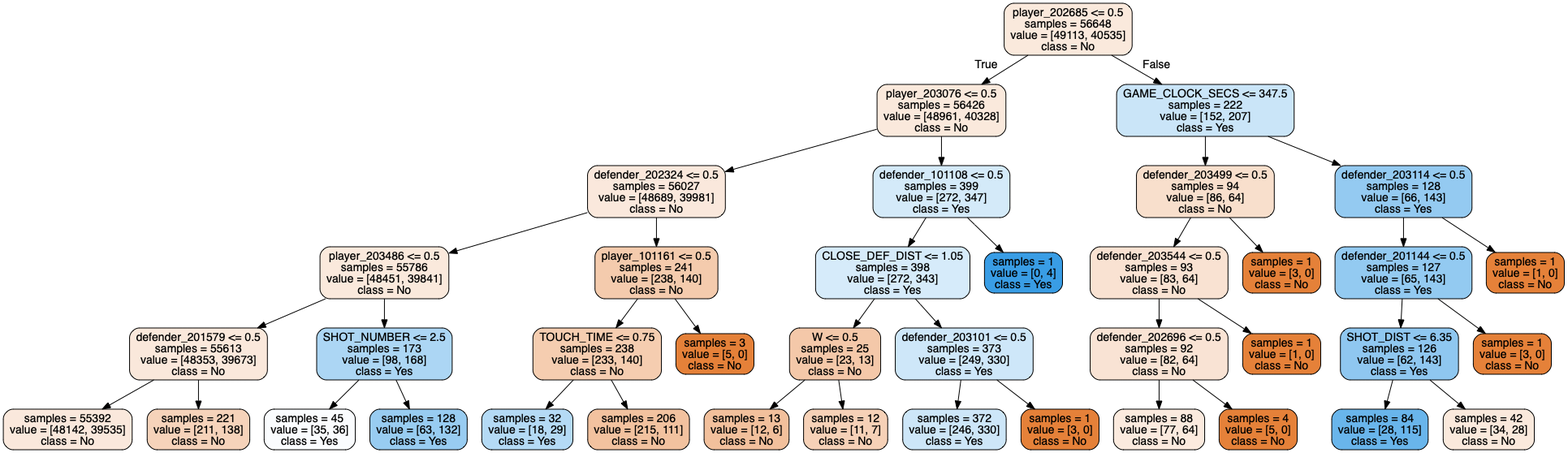
This is forest_tree_new1.png from tianyi5309/303project, a Graphviz export, as it was before one commit. Its source is kept beside it as forest_tree_new1.dot.
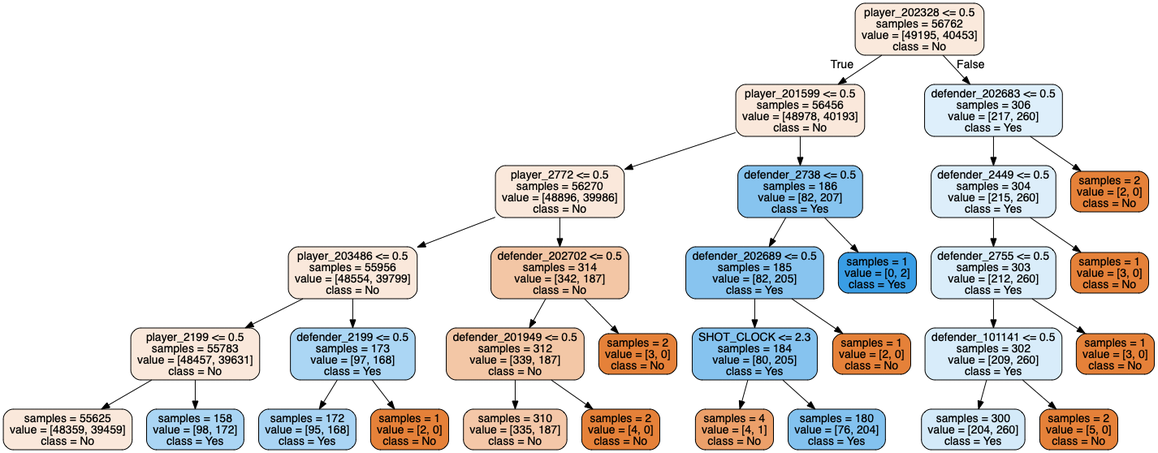
Later version of the same file.

Change to the diagram source:
```diff
@@ -1,81 +1,65 @@
 digraph Tree {
 node [shape=box, style="filled, rounded", color="black", fontname=helvetica] ;
 edge [fontname=helvetica] ;
-0 [label="player_202685 <= 0.5\nsamples = 56648\nvalue = [49113, 40535]\nclass = No", fillcolor="#fae9dc"] ;
-1 [label="player_203076 <= 0.5\nsamples = 56426\nvalue = [48961, 40328]\nclass = No", fillcolor="#fae9dc"] ;
+0 [label="player_202328 <= 0.5\nsamples = 56762\nvalue = [49195, 40453]\nclass = No", fillcolor="#fae9dc"] ;
+1 [label="player_201599 <= 0.5\nsamples = 56456\nvalue = [48978, 40193]\nclass = No", fillcolor="#fae8db"] ;
 0 -> 1 [labeldistance=2.5, labelangle=45, headlabel="True"] ;
-2 [label="defender_202324 <= 0.5\nsamples = 56027\nvalue = [48689, 39981]\nclass = No", fillcolor="#fae8dc"] ;
+2 [label="player_2772 <= 0.5\nsamples = 56270\nvalue = [48896, 39986]\nclass = No", fillcolor="#fae8db"] ;
 1 -> 2 ;
-3 [label="player_203486 <= 0.5\nsamples = 55786\nvalue = [48451, 39841]\nclass = No", fillcolor="#fae9dc"] ;
+3 [label="player_203486 <= 0.5\nsamples = 55956\nvalue = [48554, 39799]\nclass = No", fillcolor="#fae8db"] ;
 2 -> 3 ;
-4 [label="defender_201579 <= 0.5\nsamples = 55613\nvalue = [48353, 39673]\nclass = No", fillcolor="#fae8db"] ;
+4 [label="player_2199 <= 0.5\nsamples = 55783\nvalue = [48457, 39631]\nclass = No", fillcolor="#fae8db"] ;
 3 -> 4 ;
-5 [label="samples = 55392\nvalue = [48142, 39535]\nclass = No", fillcolor="#fae8dc"] ;
+5 [label="samples = 55625\nvalue = [48359, 39459]\nclass = No", fillcolor="#fae8db"] ;
 4 -> 5 ;
-6 [label="samples = 221\nvalue = [211, 138]\nclass = No", fillcolor="#f6d3ba"] ;
+6 [label="samples = 158\nvalue = [98, 172]\nclass = Yes", fillcolor="#aad5f4"] ;
 4 -> 6 ;
-7 [label="SHOT_NUMBER <= 2.5\nsamples = 173\nvalue = [98, 168]\nclass = Yes", fillcolor="#acd6f4"] ;
+7 [label="defender_2199 <= 0.5\nsamples = 173\nvalue = [97, 168]\nclass = Yes", fillcolor="#abd6f4"] ;
 3 -> 7 ;
-8 [label="samples = 45\nvalue = [35, 36]\nclass = Yes", fillcolor="#fafcfe"] ;
+8 [label="samples = 172\nvalue = [95, 168]\nclass = Yes", fillcolor="#a9d4f4"] ;
 7 -> 8 ;
-9 [label="samples = 128\nvalue = [63, 132]\nclass = Yes", fillcolor="#98ccf1"] ;
+9 [label="samples = 1\nvalue = [2, 0]\nclass = No", fillcolor="#e58139"] ;
 7 -> 9 ;
-10 [label="player_101161 <= 0.5\nsamples = 241\nvalue = [238, 140]\nclass = No", fillcolor="#f4cbad"] ;
+10 [label="defender_202702 <= 0.5\nsamples = 314\nvalue = [342, 187]\nclass = No", fillcolor="#f3c6a5"] ;
 2 -> 10 ;
-11 [label="TOUCH_TIME <= 0.75\nsamples = 238\nvalue = [233, 140]\nclass = No", fillcolor="#f5cdb0"] ;
+11 [label="defender_201949 <= 0.5\nsamples = 312\nvalue = [339, 187]\nclass = No", fillcolor="#f3c7a6"] ;
 10 -> 11 ;
-12 [label="samples = 32\nvalue = [18, 29]\nclass = Yes", fillcolor="#b4daf5"] ;
+12 [label="samples = 310\nvalue = [335, 187]\nclass = No", fillcolor="#f4c7a8"] ;
 11 -> 12 ;
-13 [label="samples = 206\nvalue = [215, 111]\nclass = No", fillcolor="#f2c29f"] ;
+13 [label="samples = 2\nvalue = [4, 0]\nclass = No", fillcolor="#e58139"] ;
 11 -> 13 ;
-14 [label="samples = 3\nvalue = [5, 0]\nclass = No", fillcolor="#e58139"] ;
+14 [label="samples = 2\nvalue = [3, 0]\nclass = No", fillcolor="#e58139"] ;
 10 -> 14 ;
-15 [label="defender_101108 <= 0.5\nsamples = 399\nvalue = [272, 347]\nclass = Yes", fillcolor="#d4eaf9"] ;
+15 [label="defender_2738 <= 0.5\nsamples = 186\nvalue = [82, 207]\nclass = Yes", fillcolor="#87c4ef"] ;
 1 -> 15 ;
-16 [label="CLOSE_DEF_DIST <= 1.05\nsamples = 398\nvalue = [272, 343]\nclass = Yes", fillcolor="#d6ebfa"] ;
+16 [label="defender_202689 <= 0.5\nsamples = 185\nvalue = [82, 205]\nclass = Yes", fillcolor="#88c4ef"] ;
 15 -> 16 ;
-17 [label="W <= 0.5\nsamples = 25\nvalue = [23, 13]\nclass = No", fillcolor="#f4c8a9"] ;
+17 [label="SHOT_CLOCK <= 2.3\nsamples = 184\nvalue = [80, 205]\nclass = Yes", fillcolor="#86c3ef"] ;
 16 -> 17 ;
-18 [label="samples = 13\nvalue = [12, 6]\nclass = No", fillcolor="#f2c09c"] ;
+18 [label="samples = 4\nvalue = [4, 1]\nclass = No", fillcolor="#eca06a"] ;
 17 -> 18 ;
-19 [label="samples = 12\nvalue = [11, 7]\nclass = No", fillcolor="#f6d1b7"] ;
+19 [label="samples = 180\nvalue = [76, 204]\nclass = Yes", fillcolor="#83c2ef"] ;
 17 -> 19 ;
-20 [label="defender_203101 <= 0.5\nsamples = 373\nvalue = [249, 330]\nclass = Yes", fillcolor="#cee7f9"] ;
+20 [label="samples = 1\nvalue = [2, 0]\nclass = No", fillcolor="#e58139"] ;
 16 -> 20 ;
-21 [label="samples = 372\nvalue = [246, 330]\nclass = Yes", fillcolor="#cde6f8"] ;
-20 -> 21 ;
-22 [label="samples = 1\nvalue = [3, 0]\nclass = No", fillcolor="#e58139"] ;
-20 -> 22 ;
-23 [label="samples = 1\nvalue = [0, 4]\nclass = Yes", fillcolor="#399de5"] ;
-15 -> 23 ;
-24 [label="GAME_CLOCK_SECS <= 347.5\nsamples = 222\nvalue = [152, 207]\nclass = Yes", fillcolor="#cae5f8"] ;
-0 -> 24 [labeldistance=2.5, labelangle=-45, headlabel="False"] ;
-25 [label="defender_203499 <= 0.5\nsamples = 94\nvalue = [86, 64]\nclass = No", fillcolor="#f8dfcc"] ;
+21 [label="samples = 1\nvalue = [0, 2]\nclass = Yes", fillcolor="#399de5"] ;
+15 -> 21 ;
+22 [label="defender_202683 <= 0.5\nsamples = 306\nvalue = [217, 260]\nclass = Yes", fillcolor="#deeffb"] ;
+0 -> 22 [labeldistance=2.5, labelangle=-45, headlabel="False"] ;
+23 [label="defender_2449 <= 0.5\nsamples = 304\nvalue = [215, 260]\nclass = Yes", fillcolor="#ddeefa"] ;
+22 -> 23 ;
+24 [label="defender_2755 <= 0.5\nsamples = 303\nvalue = [212, 260]\nclass = Yes", fillcolor="#daedfa"] ;
+23 -> 24 ;
+25 [label="defender_101141 <= 0.5\nsamples = 302\nvalue = [209, 260]\nclass = Yes", fillcolor="#d8ecfa"] ;
 24 -> 25 ;
-26 [label="defender_203544 <= 0.5\nsamples = 93\nvalue = [83, 64]\nclass = No", fillcolor="#f9e2d2"] ;
+26 [label="samples = 300\nvalue = [204, 260]\nclass = Yes", fillcolor="#d4eaf9"] ;
 25 -> 26 ;
-27 [label="defender_202696 <= 0.5\nsamples = 92\nvalue = [82, 64]\nclass = No", fillcolor="#f9e3d4"] ;
-26 -> 27 ;
-28 [label="samples = 88\nvalue = [77, 64]\nclass = No", fillcolor="#fbeade"] ;
-27 -> 28 ;
-29 [label="samples = 4\nvalue = [5, 0]\nclass = No", fillcolor="#e58139"] ;
-27 -> 29 ;
-30 [label="samples = 1\nvalue = [1, 0]\nclass = No", fillcolor="#e58139"] ;
-26 -> 30 ;
-31 [label="samples = 1\nvalue = [3, 0]\nclass = No", fillcolor="#e58139"] ;
-25 -> 31 ;
-32 [label="defender_203114 <= 0.5\nsamples = 128\nvalue = [66, 143]\nclass = Yes", fillcolor="#94caf1"] ;
-24 -> 32 ;
-33 [label="defender_201144 <= 0.5\nsamples = 127\nvalue = [65, 143]\nclass = Yes", fillcolor="#93caf1"] ;
-32 -> 33 ;
-34 [label="SHOT_DIST <= 6.35\nsamples = 126\nvalue = [62, 143]\nclass = Yes", fillcolor="#8fc7f0"] ;
-33 -> 34 ;
-35 [label="samples = 84\nvalue = [28, 115]\nclass = Yes", fillcolor="#69b5eb"] ;
-34 -> 35 ;
-36 [label="samples = 42\nvalue = [34, 28]\nclass = No", fillcolor="#fae9dc"] ;
-34 -> 36 ;
-37 [label="samples = 1\nvalue = [3, 0]\nclass = No", fillcolor="#e58139"] ;
-33 -> 37 ;
-38 [label="samples = 1\nvalue = [1, 0]\nclass = No", fillcolor="#e58139"] ;
-32 -> 38 ;
+27 [label="samples = 2\nvalue = [5, 0]\nclass = No", fillcolor="#e58139"] ;
+25 -> 27 ;
+28 [label="samples = 1\nvalue = [3, 0]\nclass = No", fillcolor="#e58139"] ;
+24 -> 28 ;
+29 [label="samples = 1\nvalue = [3, 0]\nclass = No", fillcolor="#e58139"] ;
+23 -> 29 ;
+30 [label="samples = 2\nvalue = [2, 0]\nclass = No", fillcolor="#e58139"] ;
+22 -> 30 ;
 }
```
